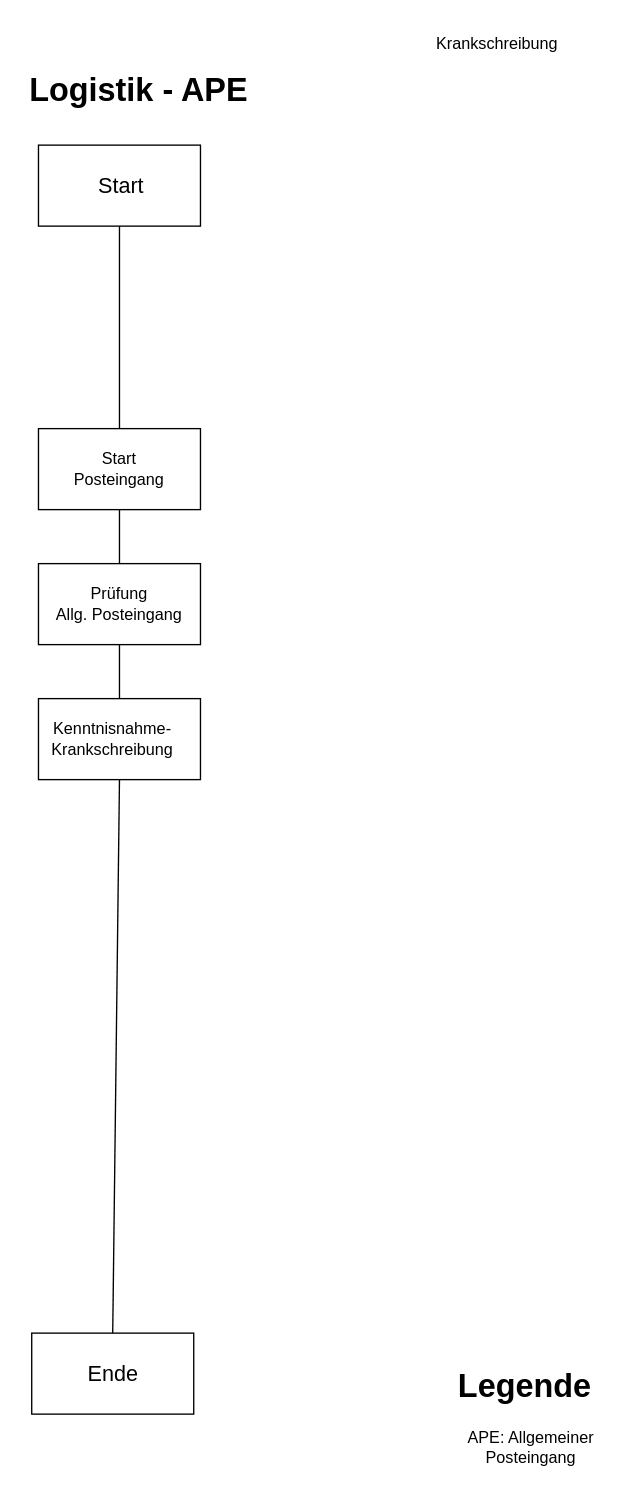
Earlier version of the draw.io diagram page "APE" (1 of 5) of Unbenanntes Diagramm.drawio (RobertWichtendahl/to-do-app). Source tidied: cells renumbered, new cells numbered last; positions are measured from the earlier drawing's top-left corner, leaving out a move shared by most shapes. Both pictures are drawn from the tidied source at 135%, with x=0, y=0 at pixel (23, 23).
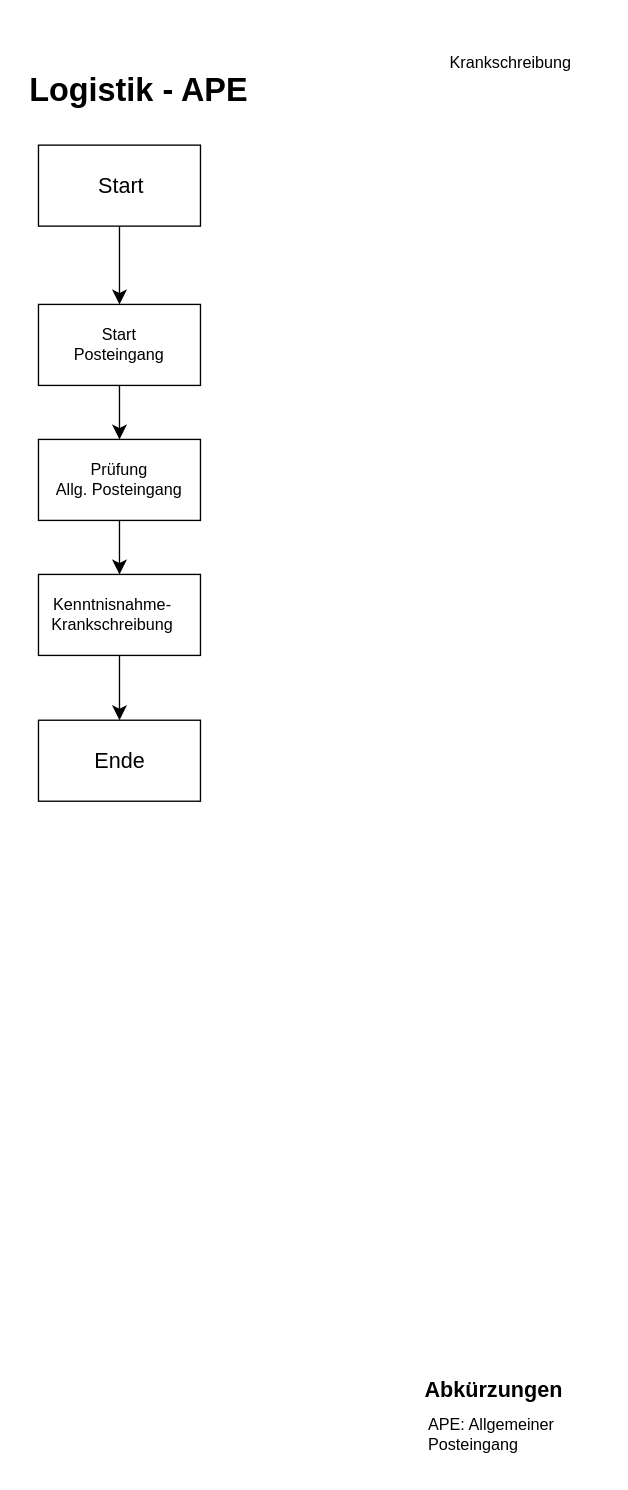
After the change.

Unchanged cells that the change refers to:
```xml
<mxCell id="4" style="rounded=0;whiteSpace=wrap;html=1;" parent="1" vertex="1">
  <mxGeometry x="11" y="90" width="120" height="60" as="geometry" />
</mxCell>
```

The edit, as a diff of the source:
```diff
@@
-    <mxCell id="3" value="Legende" style="text;strokeColor=none;fillColor=none;html=1;fontSize=24;fontStyle=1;verticalAlign=middle;align=center;" parent="1" vertex="1">
-      <mxGeometry x="321" y="990" width="100" height="40" as="geometry" />
+    <mxCell id="3" value="&lt;font style=&quot;font-size: 16px;&quot;&gt;Abkürzungen&lt;/font&gt;" style="text;strokeColor=none;fillColor=none;html=1;fontSize=24;fontStyle=1;verticalAlign=middle;align=center;" parent="1" vertex="1">
+      <mxGeometry x="298" y="990" width="100" height="40" as="geometry" />
     </mxCell>
@@
     <mxCell id="6" style="rounded=0;whiteSpace=wrap;html=1;" parent="1" vertex="1">
-      <mxGeometry x="11" y="300" width="120" height="60" as="geometry" />
+      <mxGeometry x="11" y="208" width="120" height="60" as="geometry" />
     </mxCell>
     <mxCell id="7" value="Start&lt;div&gt;Posteingang&lt;/div&gt;" style="text;html=1;whiteSpace=wrap;strokeColor=none;fillColor=none;align=center;verticalAlign=middle;rounded=0;" parent="1" vertex="1">
-      <mxGeometry x="41" y="315" width="60" height="30" as="geometry" />
+      <mxGeometry x="41" y="223" width="60" height="30" as="geometry" />
     </mxCell>
-    <mxCell id="8" value="APE: Allgemeiner Posteingang" style="text;html=1;whiteSpace=wrap;strokeColor=none;fillColor=none;align=center;verticalAlign=middle;rounded=0;" parent="1" vertex="1">
-      <mxGeometry x="321" y="1040" width="110" height="30" as="geometry" />
+    <mxCell id="8" value="&lt;div align=&quot;left&quot;&gt;APE: Allgemeiner Posteingang&lt;/div&gt;" style="text;html=1;whiteSpace=wrap;strokeColor=none;fillColor=none;align=left;verticalAlign=middle;rounded=0;" parent="1" vertex="1">
+      <mxGeometry x="298" y="1030" width="110" height="30" as="geometry" />
     </mxCell>
     <mxCell id="9" style="rounded=0;whiteSpace=wrap;html=1;" parent="1" vertex="1">
-      <mxGeometry x="11" y="400" width="120" height="60" as="geometry" />
+      <mxGeometry x="11" y="308" width="120" height="60" as="geometry" />
     </mxCell>
     <mxCell id="10" value="Prüfung&lt;div&gt;Allg. Posteingang&lt;/div&gt;" style="text;html=1;whiteSpace=wrap;strokeColor=none;fillColor=none;align=center;verticalAlign=middle;rounded=0;" parent="1" vertex="1">
-      <mxGeometry x="16" y="415" width="110" height="30" as="geometry" />
+      <mxGeometry x="16" y="323" width="110" height="30" as="geometry" />
     </mxCell>
     <mxCell id="11" style="rounded=0;whiteSpace=wrap;html=1;" parent="1" vertex="1">
-      <mxGeometry x="11" y="500" width="120" height="60" as="geometry" />
+      <mxGeometry x="11" y="408" width="120" height="60" as="geometry" />
     </mxCell>
     <mxCell id="12" value="Kenntnisnahme-&lt;div&gt;Krankschreibung&lt;/div&gt;" style="text;html=1;whiteSpace=wrap;strokeColor=none;fillColor=none;align=center;verticalAlign=middle;rounded=0;" parent="1" vertex="1">
-      <mxGeometry x="36" y="515" width="60" height="30" as="geometry" />
+      <mxGeometry x="36" y="423" width="60" height="30" as="geometry" />
     </mxCell>
     <mxCell id="13" style="rounded=0;whiteSpace=wrap;html=1;" parent="1" vertex="1">
-      <mxGeometry x="6" y="970" width="120" height="60" as="geometry" />
+      <mxGeometry x="11" y="516" width="120" height="60" as="geometry" />
     </mxCell>
     <mxCell id="14" value="Ende" style="text;strokeColor=none;fillColor=none;html=1;align=center;verticalAlign=middle;whiteSpace=wrap;rounded=0;fontSize=16;" parent="1" vertex="1">
-      <mxGeometry x="25.5" y="980" width="81" height="40" as="geometry" />
+      <mxGeometry x="30.5" y="526" width="81" height="40" as="geometry" />
     </mxCell>
-    <mxCell id="15" style="endArrow=none;html=1;rounded=0;fontSize=12;startSize=8;endSize=8;curved=1;exitX=0.5;exitY=1;exitDx=0;exitDy=0;entryX=0.5;entryY=0;entryDx=0;entryDy=0;" parent="1" edge="1" source="4" target="6">
+    <mxCell id="15" style="endArrow=classic;html=1;rounded=0;fontSize=12;startSize=8;endSize=8;curved=1;exitX=0.5;exitY=1;exitDx=0;exitDy=0;entryX=0.5;entryY=0;entryDx=0;entryDy=0;startArrow=none;startFill=0;endFill=1;" parent="1" edge="1" source="4" target="6">
       <mxGeometry relative="1" as="geometry" />
     </mxCell>
-    <mxCell id="16" style="endArrow=none;html=1;rounded=0;fontSize=12;startSize=8;endSize=8;curved=1;exitX=0.5;exitY=1;exitDx=0;exitDy=0;" parent="1" edge="1" source="6">
+    <mxCell id="16" style="endArrow=classic;html=1;rounded=0;fontSize=12;startSize=8;endSize=8;curved=1;exitX=0.5;exitY=1;exitDx=0;exitDy=0;endFill=1;" parent="1" edge="1" source="6">
       <mxGeometry relative="1" as="geometry">
-        <mxPoint x="71" y="400" as="targetPoint" />
+        <mxPoint x="71" y="308" as="targetPoint" />
       </mxGeometry>
     </mxCell>
-    <mxCell id="17" style="endArrow=none;html=1;rounded=0;fontSize=12;startSize=8;endSize=8;curved=1;entryX=0.5;entryY=1;entryDx=0;entryDy=0;exitX=0.5;exitY=0;exitDx=0;exitDy=0;" parent="1" edge="1" source="11" target="9">
+    <mxCell id="17" style="endArrow=none;html=1;rounded=0;fontSize=12;startSize=8;endSize=8;curved=1;entryX=0.5;entryY=1;entryDx=0;entryDy=0;exitX=0.5;exitY=0;exitDx=0;exitDy=0;endFill=0;startArrow=classic;startFill=1;" parent="1" edge="1" source="11" target="9">
       <mxGeometry relative="1" as="geometry" />
     </mxCell>
-    <mxCell id="18" style="endArrow=none;html=1;rounded=0;fontSize=12;startSize=8;endSize=8;curved=1;entryX=0.5;entryY=1;entryDx=0;entryDy=0;exitX=0.5;exitY=0;exitDx=0;exitDy=0;" parent="1" edge="1" source="13" target="11">
+    <mxCell id="18" style="endArrow=none;html=1;rounded=0;fontSize=12;startSize=8;endSize=8;curved=1;entryX=0.5;entryY=1;entryDx=0;entryDy=0;exitX=0.5;exitY=0;exitDx=0;exitDy=0;endFill=0;startArrow=classic;startFill=1;" parent="1" edge="1" source="13" target="11">
       <mxGeometry relative="1" as="geometry" />
     </mxCell>
     <mxCell id="19" value="Krankschreibung" style="text;html=1;whiteSpace=wrap;strokeColor=none;fillColor=none;align=center;verticalAlign=middle;rounded=0;" parent="1" vertex="1">
-      <mxGeometry x="321" width="60" height="30" as="geometry" />
+      <mxGeometry x="331" y="14" width="60" height="30" as="geometry" />
     </mxCell>
```
